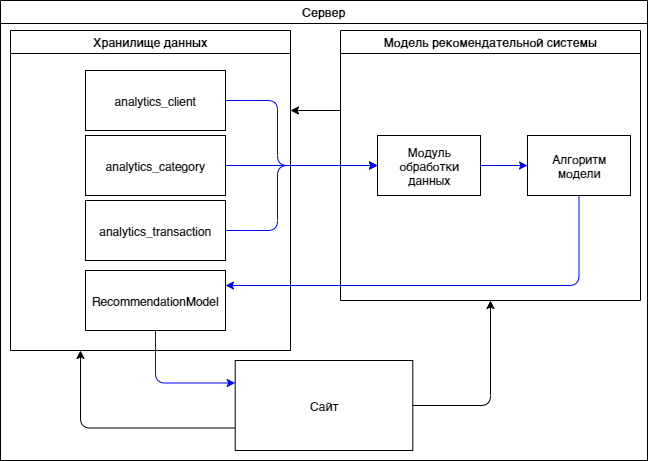
This is model/final_model/RecommedationModel Sheme.png from AleksandrRadist/RecommendationSystem, a draw.io export, as it was before one commit. Source tidied: cells renumbered, new cells last; positions are measured from the earlier drawing's top-left corner, leaving out a move shared by most shapes. Its diagram source:
```xml
<mxGraphModel>
  <root>
    <mxCell id="0" />
    <mxCell id="1" parent="0" />
    <mxCell id="2" value="Сервер" style="swimlane;" parent="1" vertex="1">
      <mxGeometry width="647" height="460" as="geometry" />
    </mxCell>
    <mxCell id="3" value="Хранилище данных" style="swimlane;" parent="2" vertex="1">
      <mxGeometry x="10" y="30" width="280" height="320" as="geometry" />
    </mxCell>
    <mxCell id="4" value="analytics_client" style="rounded=0;whiteSpace=wrap;html=1;" parent="3" vertex="1">
      <mxGeometry x="75" y="40" width="140" height="60" as="geometry" />
    </mxCell>
    <mxCell id="5" value="analytics_transaction" style="rounded=0;whiteSpace=wrap;html=1;" parent="3" vertex="1">
      <mxGeometry x="75" y="170" width="140" height="60" as="geometry" />
    </mxCell>
    <mxCell id="6" value="analytics_category" style="rounded=0;whiteSpace=wrap;html=1;" parent="3" vertex="1">
      <mxGeometry x="75" y="105" width="140" height="60" as="geometry" />
    </mxCell>
    <mxCell id="7" style="rounded=0;whiteSpace=wrap;html=1;" parent="3" vertex="1">
      <mxGeometry x="75" y="240" width="140" height="60" as="geometry" />
    </mxCell>
    <mxCell id="8" value="RecommendationModel" style="text;html=1;strokeColor=none;fillColor=none;align=center;verticalAlign=middle;whiteSpace=wrap;rounded=0;" parent="3" vertex="1">
      <mxGeometry x="125" y="260" width="40" height="20" as="geometry" />
    </mxCell>
    <mxCell id="9" style="rounded=0;whiteSpace=wrap;html=1;" parent="2" vertex="1">
      <mxGeometry x="234.7" y="360" width="177.6" height="90" as="geometry" />
    </mxCell>
    <mxCell id="10" value="Сайт" style="text;html=1;strokeColor=none;fillColor=none;align=center;verticalAlign=middle;whiteSpace=wrap;rounded=0;" parent="2" vertex="1">
      <mxGeometry x="303.5" y="395" width="40" height="20" as="geometry" />
    </mxCell>
    <mxCell id="11" value="Модель рекомендательной системы" style="swimlane;" parent="2" vertex="1">
      <mxGeometry x="340" y="30" width="300" height="270" as="geometry" />
    </mxCell>
    <mxCell id="12" style="rounded=0;whiteSpace=wrap;html=1;" parent="11" vertex="1">
      <mxGeometry x="37" y="105" width="103" height="60" as="geometry" />
    </mxCell>
    <mxCell id="13" value="Модуль обработки данных" style="text;html=1;strokeColor=none;fillColor=none;align=center;verticalAlign=middle;whiteSpace=wrap;rounded=0;" parent="11" vertex="1">
      <mxGeometry x="68.5" y="125" width="40" height="20" as="geometry" />
    </mxCell>
    <mxCell id="14" style="rounded=0;whiteSpace=wrap;html=1;" parent="11" vertex="1">
      <mxGeometry x="187" y="105" width="103" height="60" as="geometry" />
    </mxCell>
    <mxCell id="15" style="endArrow=classic;html=1;exitX=1;exitY=0.5;exitDx=0;exitDy=0;entryX=0;entryY=0.5;entryDx=0;entryDy=0;strokeColor=#0000FF;" parent="11" edge="1" source="12" target="14">
      <mxGeometry relative="1" as="geometry" />
    </mxCell>
    <mxCell id="16" value="Алгоритм&lt;br&gt;модели" style="text;html=1;strokeColor=none;fillColor=none;align=center;verticalAlign=middle;whiteSpace=wrap;rounded=0;" parent="11" vertex="1">
      <mxGeometry x="218.5" y="125" width="40" height="20" as="geometry" />
    </mxCell>
    <mxCell id="17" style="endArrow=classic;html=1;exitX=1;exitY=0.5;exitDx=0;exitDy=0;entryX=0;entryY=0.5;entryDx=0;entryDy=0;strokeColor=#0000FF;" parent="2" edge="1" source="6" target="12">
      <mxGeometry relative="1" as="geometry" />
    </mxCell>
    <mxCell id="18" style="endArrow=classic;html=1;exitX=1;exitY=0.5;exitDx=0;exitDy=0;edgeStyle=orthogonalEdgeStyle;entryX=0;entryY=0.5;entryDx=0;entryDy=0;strokeColor=#0000FF;" parent="2" edge="1" source="4" target="12">
      <mxGeometry relative="1" as="geometry">
        <Array as="points">
          <mxPoint x="277" y="100" />
          <mxPoint x="277" y="165" />
        </Array>
      </mxGeometry>
    </mxCell>
    <mxCell id="19" style="endArrow=classic;html=1;exitX=1;exitY=0.5;exitDx=0;exitDy=0;entryX=0;entryY=0.5;entryDx=0;entryDy=0;edgeStyle=orthogonalEdgeStyle;strokeColor=#0000FF;" parent="2" edge="1" source="5" target="12">
      <mxGeometry relative="1" as="geometry">
        <Array as="points">
          <mxPoint x="277" y="230" />
          <mxPoint x="277" y="165" />
        </Array>
      </mxGeometry>
    </mxCell>
    <mxCell id="20" style="endArrow=classic;html=1;edgeStyle=orthogonalEdgeStyle;strokeColor=#0000FF;entryX=1;entryY=0.25;entryDx=0;entryDy=0;exitX=0.5;exitY=1;exitDx=0;exitDy=0;" parent="2" edge="1" source="14" target="7">
      <mxGeometry relative="1" as="geometry">
        <Array as="points">
          <mxPoint x="579" y="285" />
        </Array>
      </mxGeometry>
    </mxCell>
    <mxCell id="21" style="endArrow=classic;html=1;exitX=0;exitY=0.75;exitDx=0;exitDy=0;edgeStyle=orthogonalEdgeStyle;entryX=0.25;entryY=1;entryDx=0;entryDy=0;" parent="2" edge="1" source="9" target="3">
      <mxGeometry relative="1" as="geometry">
        <Array as="points">
          <mxPoint x="80" y="428" />
        </Array>
      </mxGeometry>
    </mxCell>
    <mxCell id="22" style="endArrow=classic;html=1;edgeStyle=orthogonalEdgeStyle;exitX=1;exitY=0.5;exitDx=0;exitDy=0;" parent="2" edge="1" source="9">
      <mxGeometry relative="1" as="geometry">
        <mxPoint x="490" y="300" as="targetPoint" />
        <Array as="points">
          <mxPoint x="490" y="405" />
        </Array>
      </mxGeometry>
    </mxCell>
    <mxCell id="23" style="endArrow=classic;html=1;entryX=1;entryY=0.25;entryDx=0;entryDy=0;" parent="2" edge="1" target="3">
      <mxGeometry relative="1" as="geometry">
        <mxPoint x="340" y="110" as="sourcePoint" />
      </mxGeometry>
    </mxCell>
    <mxCell id="24" style="endArrow=classic;html=1;exitX=0.5;exitY=1;exitDx=0;exitDy=0;entryX=0;entryY=0.25;entryDx=0;entryDy=0;edgeStyle=orthogonalEdgeStyle;strokeColor=#0000FF;" parent="2" edge="1" source="7" target="9">
      <mxGeometry relative="1" as="geometry" />
    </mxCell>
  </root>
</mxGraphModel>
```
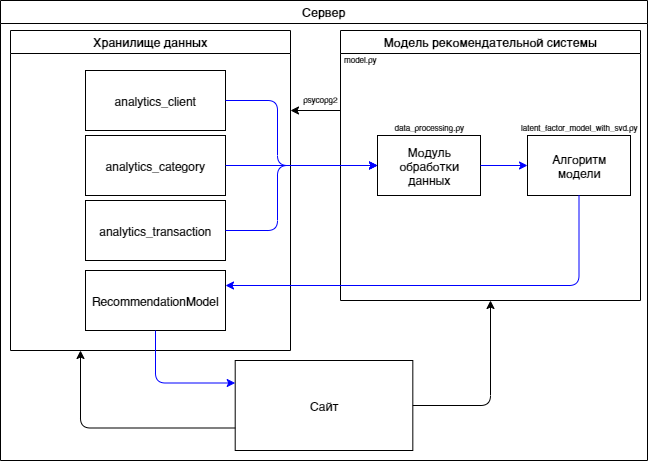
After the commit.

What changed in the source:
```diff
@@ -47,6 +47,15 @@
     <mxCell id="16" value="Алгоритм&lt;br&gt;модели" style="text;html=1;strokeColor=none;fillColor=none;align=center;verticalAlign=middle;whiteSpace=wrap;rounded=0;" parent="11" vertex="1">
       <mxGeometry x="218.5" y="125" width="40" height="20" as="geometry" />
     </mxCell>
+    <mxCell id="25" value="model.py" style="text;html=1;strokeColor=none;fillColor=none;align=center;verticalAlign=middle;whiteSpace=wrap;rounded=0;fontSize=8;" parent="11" vertex="1">
+      <mxGeometry y="20" width="40" height="20" as="geometry" />
+    </mxCell>
+    <mxCell id="26" value="data_processing.py" style="text;html=1;strokeColor=none;fillColor=none;align=center;verticalAlign=middle;whiteSpace=wrap;rounded=0;fontSize=8;" parent="11" vertex="1">
+      <mxGeometry x="68.5" y="90" width="40" height="15" as="geometry" />
+    </mxCell>
+    <mxCell id="27" value="&lt;span style=&quot;font-size: 8px;&quot;&gt;latent_factor_model_with_svd.py&lt;/span&gt;" style="text;html=1;strokeColor=none;fillColor=none;align=center;verticalAlign=middle;whiteSpace=wrap;rounded=0;fontSize=8;" parent="11" vertex="1">
+      <mxGeometry x="218.5" y="90" width="40" height="15" as="geometry" />
+    </mxCell>
     <mxCell id="17" style="endArrow=classic;html=1;exitX=1;exitY=0.5;exitDx=0;exitDy=0;entryX=0;entryY=0.5;entryDx=0;entryDy=0;strokeColor=#0000FF;" parent="2" edge="1" source="6" target="12">
       <mxGeometry relative="1" as="geometry" />
     </mxCell>
@@ -96,5 +105,8 @@
     <mxCell id="24" style="endArrow=classic;html=1;exitX=0.5;exitY=1;exitDx=0;exitDy=0;entryX=0;entryY=0.25;entryDx=0;entryDy=0;edgeStyle=orthogonalEdgeStyle;strokeColor=#0000FF;" parent="2" edge="1" source="7" target="9">
       <mxGeometry relative="1" as="geometry" />
     </mxCell>
+    <mxCell id="28" value="psycopg2" style="text;html=1;strokeColor=none;fillColor=none;align=center;verticalAlign=middle;whiteSpace=wrap;rounded=0;fontSize=8;" parent="2" vertex="1">
+      <mxGeometry x="300" y="90" width="40" height="20" as="geometry" />
+    </mxCell>
   </root>
 </mxGraphModel>
```
